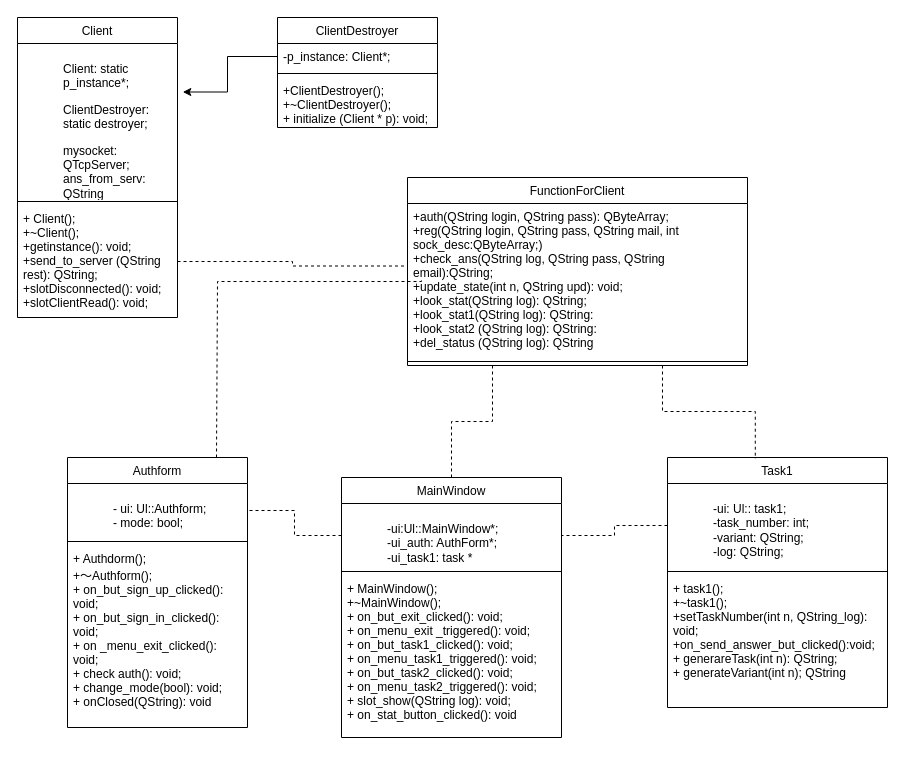
Earlier version of the draw.io diagram page "Страница — 2" (2 of 2) of Диаграмма без названия.drawio (hctibu/TechProg). Source tidied: cells renumbered, new cells numbered last; positions are measured from the earlier drawing's top-left corner, leaving out a move shared by most shapes. Both pictures are drawn from the tidied source at 100%, with x=0, y=0 at pixel (17, 17).
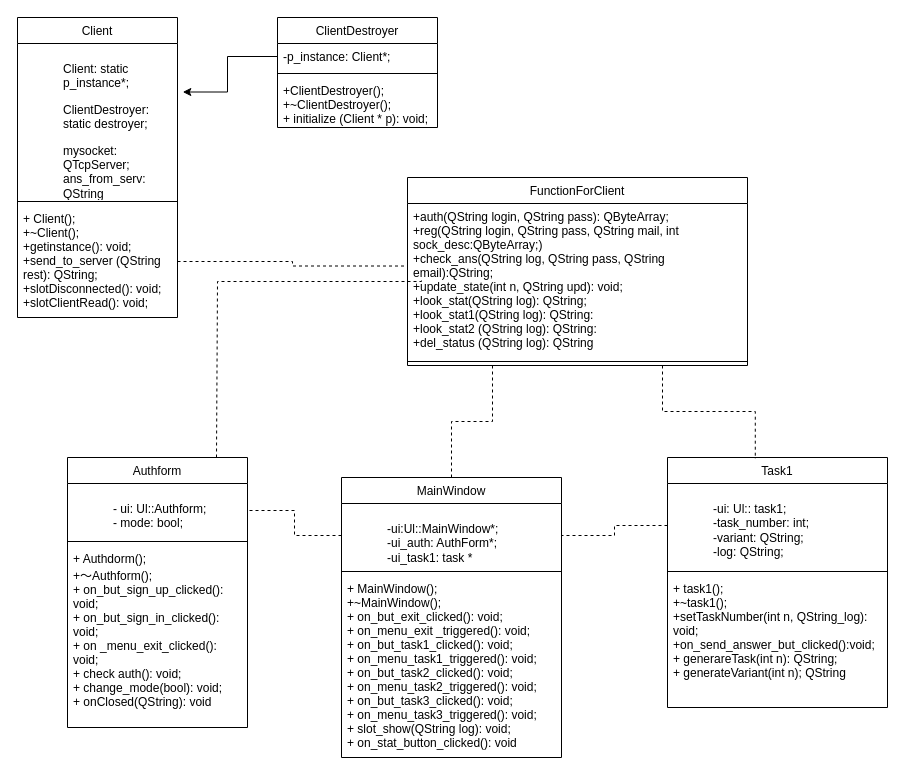
The same diagram, later.

The edit, as a diff of the source:
```diff
@@
     <mxCell id="18" value="&lt;p style=&quot;margin: 0px; font-style: normal; font-variant-caps: normal; font-weight: normal; font-stretch: normal; line-height: normal; font-size-adjust: none; font-kerning: auto; font-variant-alternates: normal; font-variant-ligatures: normal; font-variant-numeric: normal; font-variant-east-asian: normal; font-variant-position: normal; font-variant-emoji: normal; font-feature-settings: normal; font-optical-sizing: auto; font-variation-settings: normal;&quot;&gt;MainWindow&lt;/p&gt;" style="swimlane;fontStyle=1;align=center;verticalAlign=top;horizontal=1;startSize=26;whiteSpace=wrap;html=1;" parent="1" vertex="1">
-      <mxGeometry x="324" y="460" width="220" height="260" as="geometry" />
+      <mxGeometry x="324" y="460" width="220" height="280" as="geometry" />
     </mxCell>
@@
-    <mxCell id="21" value="&lt;p style=&quot;margin: 0px; font-style: normal; font-variant-caps: normal; font-stretch: normal; line-height: normal; font-size-adjust: none; font-kerning: auto; font-variant-alternates: normal; font-variant-ligatures: normal; font-variant-numeric: normal; font-variant-east-asian: normal; font-variant-position: normal; font-variant-emoji: normal; font-feature-settings: normal; font-optical-sizing: auto; font-variation-settings: normal;&quot;&gt;+ MainWindow();&lt;/p&gt;&lt;p style=&quot;margin: 0px; font-style: normal; font-variant-caps: normal; font-stretch: normal; line-height: normal; font-size-adjust: none; font-kerning: auto; font-variant-alternates: normal; font-variant-ligatures: normal; font-variant-numeric: normal; font-variant-east-asian: normal; font-variant-position: normal; font-variant-emoji: normal; font-feature-settings: normal; font-optical-sizing: auto; font-variation-settings: normal;&quot;&gt;+~MainWindow();&lt;/p&gt;&lt;p style=&quot;margin: 0px; font-style: normal; font-variant-caps: normal; font-stretch: normal; line-height: normal; font-size-adjust: none; font-kerning: auto; font-variant-alternates: normal; font-variant-ligatures: normal; font-variant-numeric: normal; font-variant-east-asian: normal; font-variant-position: normal; font-variant-emoji: normal; font-feature-settings: normal; font-optical-sizing: auto; font-variation-settings: normal;&quot;&gt;+ on_but_exit_clicked(): void;&lt;/p&gt;&lt;p style=&quot;margin: 0px; font-style: normal; font-variant-caps: normal; font-stretch: normal; line-height: normal; font-size-adjust: none; font-kerning: auto; font-variant-alternates: normal; font-variant-ligatures: normal; font-variant-numeric: normal; font-variant-east-asian: normal; font-variant-position: normal; font-variant-emoji: normal; font-feature-settings: normal; font-optical-sizing: auto; font-variation-settings: normal;&quot;&gt;+ on_menu_exit _triggered(): void;&lt;/p&gt;&lt;p style=&quot;margin: 0px; font-style: normal; font-variant-caps: normal; font-stretch: normal; line-height: normal; font-size-adjust: none; font-kerning: auto; font-variant-alternates: normal; font-variant-ligatures: normal; font-variant-numeric: normal; font-variant-east-asian: normal; font-variant-position: normal; font-variant-emoji: normal; font-feature-settings: normal; font-optical-sizing: auto; font-variation-settings: normal;&quot;&gt;+ on_but_task1_clicked(): void;&lt;/p&gt;&lt;p style=&quot;margin: 0px; font-style: normal; font-variant-caps: normal; font-stretch: normal; line-height: normal; font-size-adjust: none; font-kerning: auto; font-variant-alternates: normal; font-variant-ligatures: normal; font-variant-numeric: normal; font-variant-east-asian: normal; font-variant-position: normal; font-variant-emoji: normal; font-feature-settings: normal; font-optical-sizing: auto; font-variation-settings: normal;&quot;&gt;+ on_menu_task1_triggered(): void;&lt;/p&gt;&lt;p style=&quot;margin: 0px; font-style: normal; font-variant-caps: normal; font-stretch: normal; line-height: normal; font-size-adjust: none; font-kerning: auto; font-variant-alternates: normal; font-variant-ligatures: normal; font-variant-numeric: normal; font-variant-east-asian: normal; font-variant-position: normal; font-variant-emoji: normal; font-feature-settings: normal; font-optical-sizing: auto; font-variation-settings: normal;&quot;&gt;+ on_but_task2_clicked(): void;&lt;/p&gt;&lt;p style=&quot;margin: 0px; font-style: normal; font-variant-caps: normal; font-stretch: normal; line-height: normal; font-size-adjust: none; font-kerning: auto; font-variant-alternates: normal; font-variant-ligatures: normal; font-variant-numeric: normal; font-variant-east-asian: normal; font-variant-position: normal; font-variant-emoji: normal; font-feature-settings: normal; font-optical-sizing: auto; font-variation-settings: normal;&quot;&gt;+ on_menu_task2_triggered(): void;&lt;/p&gt;&lt;p style=&quot;margin: 0px; font-style: normal; font-variant-caps: normal; font-stretch: normal; line-height: normal; font-size-adjust: none; font-kerning: auto; font-variant-alternates: normal; font-variant-ligatures: normal; font-variant-numeric: normal; font-variant-east-asian: normal; font-variant-position: normal; font-variant-emoji: normal; font-feature-settings: normal; font-optical-sizing: auto; font-variation-settings: normal;&quot;&gt;+ slot_show(QString log): void;&lt;/p&gt;&lt;p style=&quot;margin: 0px; font-style: normal; font-variant-caps: normal; font-stretch: normal; line-height: normal; font-size-adjust: none; font-kerning: auto; font-variant-alternates: normal; font-variant-ligatures: normal; font-variant-numeric: normal; font-variant-east-asian: normal; font-variant-position: normal; font-variant-emoji: normal; font-feature-settings: normal; font-optical-sizing: auto; font-variation-settings: normal;&quot;&gt;+ on_stat_button_clicked(): void&lt;/p&gt;" style="text;strokeColor=none;fillColor=none;align=left;verticalAlign=top;spacingLeft=4;spacingRight=4;overflow=hidden;whiteSpace=wrap;html=1;" parent="18" vertex="1">
-      <mxGeometry y="98" width="220" height="162" as="geometry" />
+    <mxCell id="21" value="&lt;p style=&quot;margin: 0px; font-style: normal; font-variant-caps: normal; font-stretch: normal; line-height: normal; font-size-adjust: none; font-kerning: auto; font-variant-alternates: normal; font-variant-ligatures: normal; font-variant-numeric: normal; font-variant-east-asian: normal; font-variant-position: normal; font-variant-emoji: normal; font-feature-settings: normal; font-optical-sizing: auto; font-variation-settings: normal;&quot;&gt;+ MainWindow();&lt;/p&gt;&lt;p style=&quot;margin: 0px; font-style: normal; font-variant-caps: normal; font-stretch: normal; line-height: normal; font-size-adjust: none; font-kerning: auto; font-variant-alternates: normal; font-variant-ligatures: normal; font-variant-numeric: normal; font-variant-east-asian: normal; font-variant-position: normal; font-variant-emoji: normal; font-feature-settings: normal; font-optical-sizing: auto; font-variation-settings: normal;&quot;&gt;+~MainWindow();&lt;/p&gt;&lt;p style=&quot;margin: 0px; font-style: normal; font-variant-caps: normal; font-stretch: normal; line-height: normal; font-size-adjust: none; font-kerning: auto; font-variant-alternates: normal; font-variant-ligatures: normal; font-variant-numeric: normal; font-variant-east-asian: normal; font-variant-position: normal; font-variant-emoji: normal; font-feature-settings: normal; font-optical-sizing: auto; font-variation-settings: normal;&quot;&gt;+ on_but_exit_clicked(): void;&lt;/p&gt;&lt;p style=&quot;margin: 0px; font-style: normal; font-variant-caps: normal; font-stretch: normal; line-height: normal; font-size-adjust: none; font-kerning: auto; font-variant-alternates: normal; font-variant-ligatures: normal; font-variant-numeric: normal; font-variant-east-asian: normal; font-variant-position: normal; font-variant-emoji: normal; font-feature-settings: normal; font-optical-sizing: auto; font-variation-settings: normal;&quot;&gt;+ on_menu_exit _triggered(): void;&lt;/p&gt;&lt;p style=&quot;margin: 0px; font-style: normal; font-variant-caps: normal; font-stretch: normal; line-height: normal; font-size-adjust: none; font-kerning: auto; font-variant-alternates: normal; font-variant-ligatures: normal; font-variant-numeric: normal; font-variant-east-asian: normal; font-variant-position: normal; font-variant-emoji: normal; font-feature-settings: normal; font-optical-sizing: auto; font-variation-settings: normal;&quot;&gt;+ on_but_task1_clicked(): void;&lt;/p&gt;&lt;p style=&quot;margin: 0px; font-style: normal; font-variant-caps: normal; font-stretch: normal; line-height: normal; font-size-adjust: none; font-kerning: auto; font-variant-alternates: normal; font-variant-ligatures: normal; font-variant-numeric: normal; font-variant-east-asian: normal; font-variant-position: normal; font-variant-emoji: normal; font-feature-settings: normal; font-optical-sizing: auto; font-variation-settings: normal;&quot;&gt;+ on_menu_task1_triggered(): void;&lt;/p&gt;&lt;p style=&quot;margin: 0px; font-style: normal; font-variant-caps: normal; font-stretch: normal; line-height: normal; font-size-adjust: none; font-kerning: auto; font-variant-alternates: normal; font-variant-ligatures: normal; font-variant-numeric: normal; font-variant-east-asian: normal; font-variant-position: normal; font-variant-emoji: normal; font-feature-settings: normal; font-optical-sizing: auto; font-variation-settings: normal;&quot;&gt;+ on_but_task2_clicked(): void;&lt;/p&gt;&lt;p style=&quot;margin: 0px; font-style: normal; font-variant-caps: normal; font-stretch: normal; line-height: normal; font-size-adjust: none; font-kerning: auto; font-variant-alternates: normal; font-variant-ligatures: normal; font-variant-numeric: normal; font-variant-east-asian: normal; font-variant-position: normal; font-variant-emoji: normal; font-feature-settings: normal; font-optical-sizing: auto; font-variation-settings: normal;&quot;&gt;+ on_menu_task2_triggered(): void;&lt;/p&gt;&lt;p style=&quot;margin: 0px; font-stretch: normal; line-height: normal; font-size-adjust: none; font-kerning: auto; font-variant-alternates: normal; font-variant-ligatures: normal; font-variant-numeric: normal; font-variant-east-asian: normal; font-variant-position: normal; font-feature-settings: normal; font-optical-sizing: auto; font-variation-settings: normal;&quot;&gt;+ on_but_task3_clicked(): void;&lt;/p&gt;&lt;p style=&quot;margin: 0px; font-stretch: normal; line-height: normal; font-size-adjust: none; font-kerning: auto; font-variant-alternates: normal; font-variant-ligatures: normal; font-variant-numeric: normal; font-variant-east-asian: normal; font-variant-position: normal; font-feature-settings: normal; font-optical-sizing: auto; font-variation-settings: normal;&quot;&gt;+ on_menu_task3_triggered(): void;&lt;/p&gt;&lt;p style=&quot;margin: 0px; font-style: normal; font-variant-caps: normal; font-stretch: normal; line-height: normal; font-size-adjust: none; font-kerning: auto; font-variant-alternates: normal; font-variant-ligatures: normal; font-variant-numeric: normal; font-variant-east-asian: normal; font-variant-position: normal; font-variant-emoji: normal; font-feature-settings: normal; font-optical-sizing: auto; font-variation-settings: normal;&quot;&gt;+ slot_show(QString log): void;&lt;/p&gt;&lt;p style=&quot;margin: 0px; font-style: normal; font-variant-caps: normal; font-stretch: normal; line-height: normal; font-size-adjust: none; font-kerning: auto; font-variant-alternates: normal; font-variant-ligatures: normal; font-variant-numeric: normal; font-variant-east-asian: normal; font-variant-position: normal; font-variant-emoji: normal; font-feature-settings: normal; font-optical-sizing: auto; font-variation-settings: normal;&quot;&gt;+ on_stat_button_clicked(): void&lt;/p&gt;" style="text;strokeColor=none;fillColor=none;align=left;verticalAlign=top;spacingLeft=4;spacingRight=4;overflow=hidden;whiteSpace=wrap;html=1;" parent="18" vertex="1">
+      <mxGeometry y="98" width="220" height="182" as="geometry" />
     </mxCell>
```
